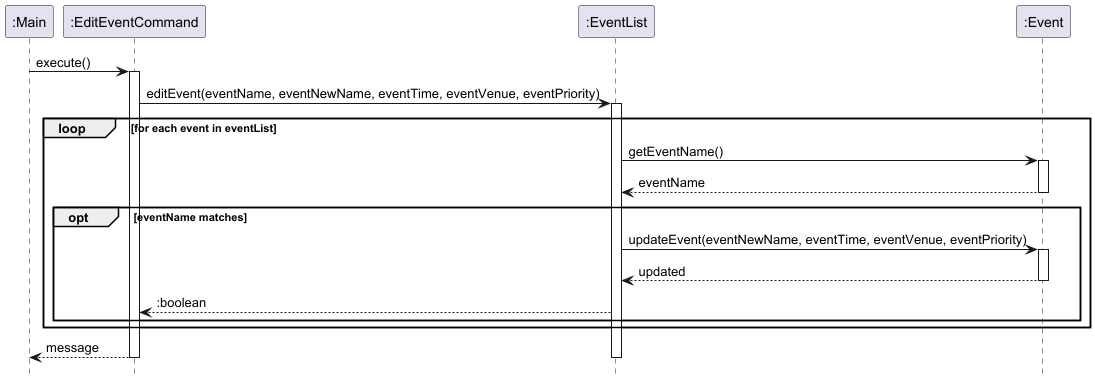
Before: docs/images/EditEventCommandSequenceDiagram.png, a diagram exported from PlantUML (nus-cs2113-AY2425S1/tp).
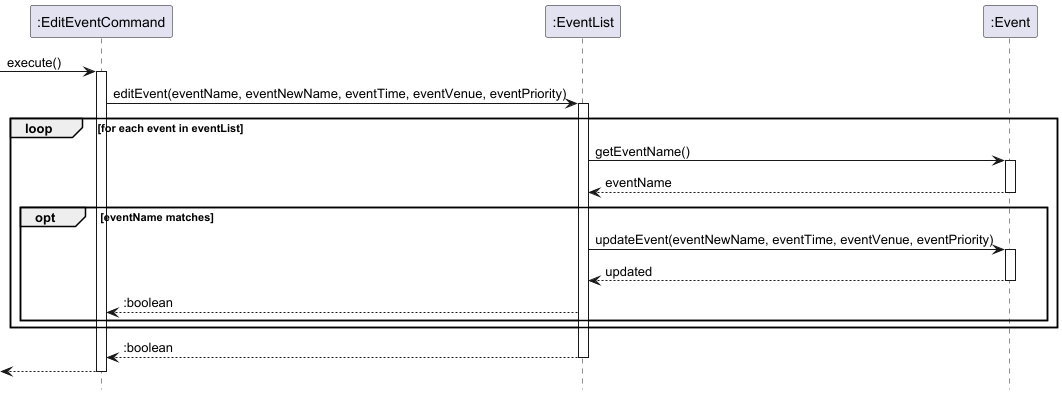
Later version of the same file.

Change to the diagram source:
```diff
@@ -1,12 +1,11 @@
 @startuml
 hide footbox
 
-participant ":Main" as main
 participant ":EditEventCommand" as editCommand
 participant ":EventList" as eventList
 participant ":Event" as event
 
-main -> editCommand : execute()
+[-> editCommand : execute()
 activate editCommand
 
 editCommand -> eventList : editEvent(eventName, eventNewName, eventTime, eventVenue, eventPriority)
@@ -28,7 +27,8 @@
 
 end
 
-editCommand --> main : message
-deactivate eventList
-deactivate editCommand
+return :boolean
+
+return
+
 @enduml
```
